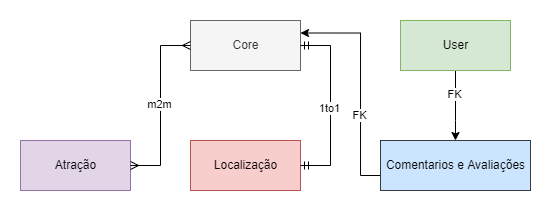
Before: diagram.png, a diagram exported from draw.io (mmarconm/pontos_turisticos). Source tidied: cells renumbered, new cells last; positions are measured from the earlier drawing's top-left corner, leaving out a move shared by most shapes.
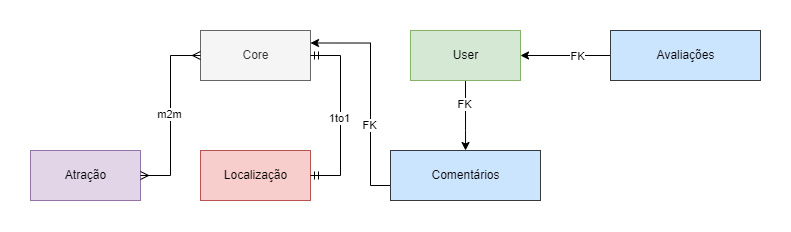
Above is the later version.

What changed in the source:
```diff
@@ -36,7 +36,7 @@
     <mxCell id="9" value="FK" style="edgeLabel;html=1;align=center;verticalAlign=middle;" parent="8" vertex="1">
       <mxGeometry x="-0.28" y="1" relative="1" as="geometry" />
     </mxCell>
-    <mxCell id="10" value="Comentarios e Avaliações" style="html=1;fillColor=#cce5ff;strokeColor=#36393d;" parent="1" vertex="1">
+    <mxCell id="10" value="Comentários" style="html=1;fillColor=#cce5ff;strokeColor=#36393d;" parent="1" vertex="1">
       <mxGeometry x="360" y="120" width="150" height="50" as="geometry" />
     </mxCell>
     <mxCell id="11" style="edgeStyle=entityRelationEdgeStyle;fontSize=12;html=1;endArrow=ERmany;startArrow=ERmany;rounded=0;entryX=0;entryY=0.5;entryDx=0;entryDy=0;" parent="1" edge="1" source="2" target="3">
@@ -51,5 +51,14 @@
     <mxCell id="14" value="1to1" style="edgeLabel;html=1;align=center;verticalAlign=middle;" parent="13" vertex="1">
       <mxGeometry x="-0.03" y="1" relative="1" as="geometry" />
     </mxCell>
+    <mxCell id="15" style="edgeStyle=orthogonalEdgeStyle;rounded=0;jettySize=auto;html=1;entryX=1;entryY=0.5;entryDx=0;entryDy=0;" parent="1" edge="1" source="17" target="6">
+      <mxGeometry relative="1" as="geometry" />
+    </mxCell>
+    <mxCell id="16" value="FK" style="edgeLabel;html=1;align=center;verticalAlign=middle;" parent="15" vertex="1">
+      <mxGeometry x="-0.24" y="1" relative="1" as="geometry" />
+    </mxCell>
+    <mxCell id="17" value="Avaliações" style="html=1;fillColor=#cce5ff;strokeColor=#36393d;" parent="1" vertex="1">
+      <mxGeometry x="580" width="150" height="50" as="geometry" />
+    </mxCell>
   </root>
 </mxGraphModel>
```
